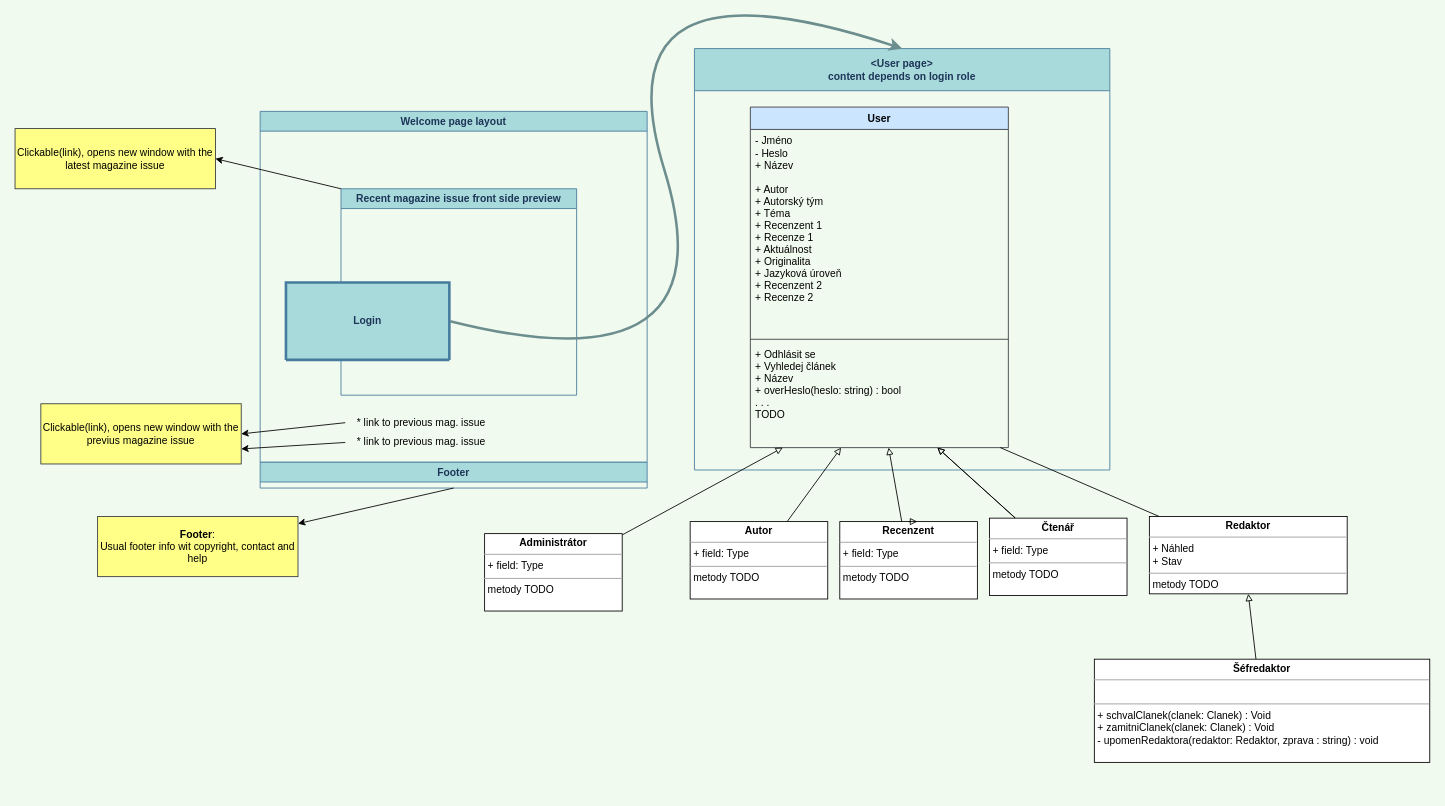
Above: diagrams/UI.drawio in JKalina08/ssg_magazine (draw.io), before the change. Source tidied: cells renumbered, new cells numbered last; positions are measured from the earlier drawing's top-left corner, leaving out a move shared by most shapes. Both pictures are drawn from the tidied source at 86%, with x=0, y=0 at pixel (15, -53).
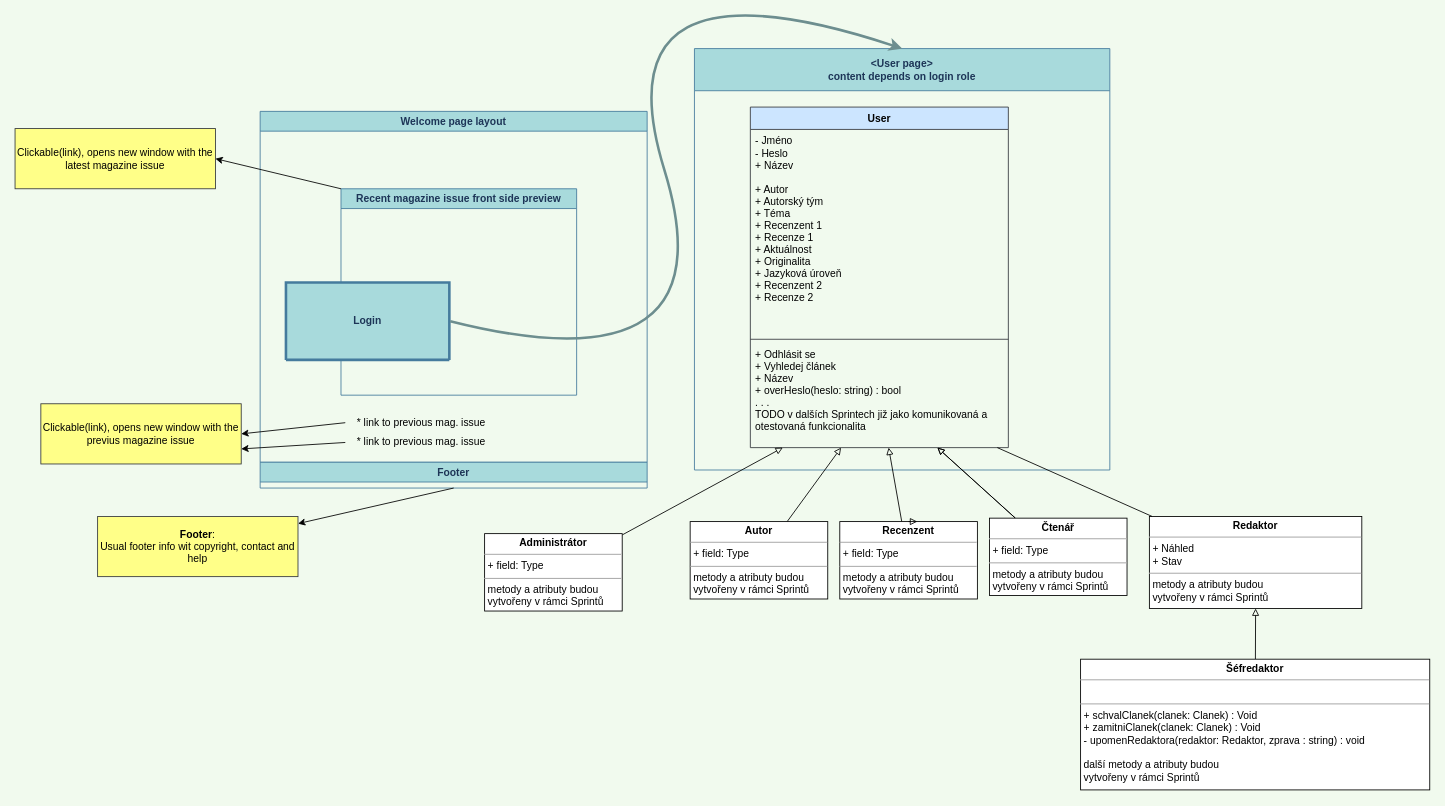
The same diagram, later.

Unchanged cells that the change refers to:
```xml
<mxCell id="16" value="User" style="swimlane;fontStyle=1;align=center;verticalAlign=top;horizontal=1;startSize=26;swimlaneLine=1;fillColor=#cce5ff;strokeColor=#36393d;" parent="15" vertex="1">
  <mxGeometry x="65" y="68" width="300" height="396" as="geometry" />
</mxCell>
```

Change to the diagram source:
```diff
@@
-    <mxCell id="19" value="+ Odhlásit se&#10;+ Vyhledej článek&#10;+ Název &#10;+ overHeslo(heslo: string) : bool&#10;. . .&#10;TODO" style="text;strokeColor=none;fillColor=none;align=left;verticalAlign=top;spacingLeft=4;spacingRight=4;overflow=hidden;points=[[0,0.5],[1,0.5]];portConstraint=eastwest;" parent="16" vertex="1">
+    <mxCell id="19" value="+ Odhlásit se&#10;+ Vyhledej článek&#10;+ Název &#10;+ overHeslo(heslo: string) : bool&#10;. . .&#10;TODO v dalších Sprintech již jako komunikovaná a&#10;otestovaná funkcionalita" style="text;strokeColor=none;fillColor=none;align=left;verticalAlign=top;spacingLeft=4;spacingRight=4;overflow=hidden;points=[[0,0.5],[1,0.5]];portConstraint=eastwest;" parent="16" vertex="1">
       <mxGeometry y="274" width="300" height="122" as="geometry" />
     </mxCell>
@@
-    <mxCell id="22" value="&lt;p style=&quot;margin:0px;margin-top:4px;text-align:center;&quot;&gt;&lt;b&gt;Redaktor&lt;/b&gt;&lt;/p&gt;&lt;hr size=&quot;1&quot;&gt;&lt;p style=&quot;margin:0px;margin-left:4px;&quot;&gt;+ Náhled&lt;/p&gt;&lt;p style=&quot;margin:0px;margin-left:4px;&quot;&gt;+ Stav&lt;br&gt;&lt;/p&gt;&lt;hr size=&quot;1&quot;&gt;&lt;p style=&quot;margin:0px;margin-left:4px;&quot;&gt;metody TODO&lt;/p&gt;" style="verticalAlign=top;align=left;overflow=fill;fontSize=12;fontFamily=Helvetica;html=1;" parent="1" vertex="1">
-      <mxGeometry x="1319" y="662" width="230" height="90" as="geometry" />
+    <mxCell id="22" value="&lt;p style=&quot;margin:0px;margin-top:4px;text-align:center;&quot;&gt;&lt;b&gt;Redaktor&lt;/b&gt;&lt;/p&gt;&lt;hr size=&quot;1&quot;&gt;&lt;p style=&quot;margin:0px;margin-left:4px;&quot;&gt;+ Náhled&lt;/p&gt;&lt;p style=&quot;margin:0px;margin-left:4px;&quot;&gt;+ Stav&lt;br&gt;&lt;/p&gt;&lt;hr size=&quot;1&quot;&gt;&lt;p style=&quot;margin: 0px 0px 0px 4px;&quot;&gt;metody a atributy budou&lt;/p&gt;&lt;p style=&quot;margin: 0px 0px 0px 4px;&quot;&gt;vytvořeny v rámci Sprintů&lt;/p&gt;" style="verticalAlign=top;align=left;overflow=fill;fontSize=12;fontFamily=Helvetica;html=1;" parent="1" vertex="1">
+      <mxGeometry x="1319" y="662" width="247" height="107" as="geometry" />
     </mxCell>
@@
-    <mxCell id="24" value="&lt;p style=&quot;margin:0px;margin-top:4px;text-align:center;&quot;&gt;&lt;b&gt;Šéfredaktor&lt;/b&gt;&lt;/p&gt;&lt;hr size=&quot;1&quot;&gt;&lt;p style=&quot;margin:0px;margin-left:4px;&quot;&gt;&lt;br&gt;&lt;/p&gt;&lt;hr size=&quot;1&quot;&gt;&lt;p style=&quot;margin:0px;margin-left:4px;&quot;&gt;+ schvalClanek(clanek: Clanek) : Void&lt;br&gt;&lt;/p&gt;&lt;p style=&quot;margin:0px;margin-left:4px;&quot;&gt;+ zamitniClanek(clanek: Clanek) : Void&lt;br&gt;&lt;/p&gt;&lt;p style=&quot;margin:0px;margin-left:4px;&quot;&gt;- upomenRedaktora(redaktor: Redaktor, zprava : string) : void&lt;/p&gt;" style="verticalAlign=top;align=left;overflow=fill;fontSize=12;fontFamily=Helvetica;html=1;" parent="1" vertex="1">
-      <mxGeometry x="1255" y="828" width="390" height="120" as="geometry" />
+    <mxCell id="24" value="&lt;p style=&quot;margin:0px;margin-top:4px;text-align:center;&quot;&gt;&lt;b&gt;Šéfredaktor&lt;/b&gt;&lt;/p&gt;&lt;hr size=&quot;1&quot;&gt;&lt;p style=&quot;margin:0px;margin-left:4px;&quot;&gt;&lt;br&gt;&lt;/p&gt;&lt;hr size=&quot;1&quot;&gt;&lt;p style=&quot;margin:0px;margin-left:4px;&quot;&gt;+ schvalClanek(clanek: Clanek) : Void&lt;br&gt;&lt;/p&gt;&lt;p style=&quot;margin:0px;margin-left:4px;&quot;&gt;+ zamitniClanek(clanek: Clanek) : Void&lt;br&gt;&lt;/p&gt;&lt;p style=&quot;margin:0px;margin-left:4px;&quot;&gt;- upomenRedaktora(redaktor: Redaktor, zprava : string) : void&lt;/p&gt;&lt;p style=&quot;margin:0px;margin-left:4px;&quot;&gt;&lt;br&gt;&lt;/p&gt;&lt;p style=&quot;margin:0px;margin-left:4px;&quot;&gt;další&amp;nbsp;&lt;span style=&quot;background-color: initial;&quot;&gt;metody a atributy budou&lt;/span&gt;&lt;/p&gt;&lt;p style=&quot;margin: 0px 0px 0px 4px;&quot;&gt;vytvořeny v rámci Sprintů&lt;/p&gt;" style="verticalAlign=top;align=left;overflow=fill;fontSize=12;fontFamily=Helvetica;html=1;" parent="1" vertex="1">
+      <mxGeometry x="1239" y="828" width="406" height="152" as="geometry" />
     </mxCell>
@@
-    <mxCell id="27" value="&lt;p style=&quot;margin:0px;margin-top:4px;text-align:center;&quot;&gt;&lt;b&gt;Recenzent&lt;/b&gt;&lt;/p&gt;&lt;hr size=&quot;1&quot;&gt;&lt;p style=&quot;margin:0px;margin-left:4px;&quot;&gt;+ field: Type&lt;/p&gt;&lt;hr size=&quot;1&quot;&gt;&lt;p style=&quot;margin:0px;margin-left:4px;&quot;&gt;metody TODO&lt;br&gt;&lt;/p&gt;" style="verticalAlign=top;align=left;overflow=fill;fontSize=12;fontFamily=Helvetica;html=1;" parent="1" vertex="1">
+    <mxCell id="27" value="&lt;p style=&quot;margin:0px;margin-top:4px;text-align:center;&quot;&gt;&lt;b&gt;Recenzent&lt;/b&gt;&lt;/p&gt;&lt;hr size=&quot;1&quot;&gt;&lt;p style=&quot;margin:0px;margin-left:4px;&quot;&gt;+ field: Type&lt;/p&gt;&lt;hr size=&quot;1&quot;&gt;&lt;p style=&quot;margin: 0px 0px 0px 4px;&quot;&gt;metody a atributy budou&lt;/p&gt;&lt;p style=&quot;margin: 0px 0px 0px 4px;&quot;&gt;vytvořeny v rámci Sprintů&lt;/p&gt;" style="verticalAlign=top;align=left;overflow=fill;fontSize=12;fontFamily=Helvetica;html=1;" parent="1" vertex="1">
       <mxGeometry x="959" y="668" width="160" height="90" as="geometry" />
     </mxCell>
@@
-    <mxCell id="29" value="&lt;p style=&quot;margin:0px;margin-top:4px;text-align:center;&quot;&gt;&lt;b&gt;Autor&lt;/b&gt;&lt;/p&gt;&lt;hr size=&quot;1&quot;&gt;&lt;p style=&quot;margin:0px;margin-left:4px;&quot;&gt;+ field: Type&lt;/p&gt;&lt;hr size=&quot;1&quot;&gt;&lt;p style=&quot;margin:0px;margin-left:4px;&quot;&gt;metody TODO&lt;br&gt;&lt;/p&gt;" style="verticalAlign=top;align=left;overflow=fill;fontSize=12;fontFamily=Helvetica;html=1;" parent="1" vertex="1">
+    <mxCell id="29" value="&lt;p style=&quot;margin:0px;margin-top:4px;text-align:center;&quot;&gt;&lt;b&gt;Autor&lt;/b&gt;&lt;/p&gt;&lt;hr size=&quot;1&quot;&gt;&lt;p style=&quot;margin:0px;margin-left:4px;&quot;&gt;+ field: Type&lt;/p&gt;&lt;hr size=&quot;1&quot;&gt;&lt;p style=&quot;margin: 0px 0px 0px 4px;&quot;&gt;metody a atributy budou&lt;/p&gt;&lt;p style=&quot;margin: 0px 0px 0px 4px;&quot;&gt;vytvořeny v rámci Sprintů&lt;/p&gt;" style="verticalAlign=top;align=left;overflow=fill;fontSize=12;fontFamily=Helvetica;html=1;" parent="1" vertex="1">
       <mxGeometry x="785" y="668" width="160" height="90" as="geometry" />
     </mxCell>
@@
-    <mxCell id="31" value="&lt;p style=&quot;margin:0px;margin-top:4px;text-align:center;&quot;&gt;&lt;b&gt;Administrátor&lt;/b&gt;&lt;/p&gt;&lt;hr size=&quot;1&quot;&gt;&lt;p style=&quot;margin:0px;margin-left:4px;&quot;&gt;+ field: Type&lt;/p&gt;&lt;hr size=&quot;1&quot;&gt;&lt;p style=&quot;margin:0px;margin-left:4px;&quot;&gt;metody TODO&lt;br&gt;&lt;/p&gt;" style="verticalAlign=top;align=left;overflow=fill;fontSize=12;fontFamily=Helvetica;html=1;" parent="1" vertex="1">
+    <mxCell id="31" value="&lt;p style=&quot;margin:0px;margin-top:4px;text-align:center;&quot;&gt;&lt;b&gt;Administrátor&lt;/b&gt;&lt;/p&gt;&lt;hr size=&quot;1&quot;&gt;&lt;p style=&quot;margin:0px;margin-left:4px;&quot;&gt;+ field: Type&lt;/p&gt;&lt;hr size=&quot;1&quot;&gt;&lt;p style=&quot;margin:0px;margin-left:4px;&quot;&gt;metody a atributy budou&lt;/p&gt;&lt;p style=&quot;margin:0px;margin-left:4px;&quot;&gt;vytvořeny v rámci Sprintů&lt;br&gt;&lt;/p&gt;&lt;p style=&quot;margin:0px;margin-left:4px;&quot;&gt;&lt;br&gt;&lt;/p&gt;" style="verticalAlign=top;align=left;overflow=fill;fontSize=12;fontFamily=Helvetica;html=1;" parent="1" vertex="1">
       <mxGeometry x="546" y="682" width="160" height="90" as="geometry" />
     </mxCell>
@@
-    <mxCell id="33" value="&lt;p style=&quot;margin:0px;margin-top:4px;text-align:center;&quot;&gt;&lt;b&gt;Čtenář&lt;/b&gt;&lt;/p&gt;&lt;hr size=&quot;1&quot;&gt;&lt;p style=&quot;margin:0px;margin-left:4px;&quot;&gt;+ field: Type&lt;/p&gt;&lt;hr size=&quot;1&quot;&gt;&lt;p style=&quot;margin:0px;margin-left:4px;&quot;&gt;metody TODO&lt;br&gt;&lt;/p&gt;" style="verticalAlign=top;align=left;overflow=fill;fontSize=12;fontFamily=Helvetica;html=1;" parent="1" vertex="1">
+    <mxCell id="33" value="&lt;p style=&quot;margin:0px;margin-top:4px;text-align:center;&quot;&gt;&lt;b&gt;Čtenář&lt;/b&gt;&lt;/p&gt;&lt;hr size=&quot;1&quot;&gt;&lt;p style=&quot;margin:0px;margin-left:4px;&quot;&gt;+ field: Type&lt;/p&gt;&lt;hr size=&quot;1&quot;&gt;&lt;p style=&quot;margin: 0px 0px 0px 4px;&quot;&gt;metody a atributy budou&lt;/p&gt;&lt;p style=&quot;margin: 0px 0px 0px 4px;&quot;&gt;vytvořeny v rámci Sprintů&lt;/p&gt;" style="verticalAlign=top;align=left;overflow=fill;fontSize=12;fontFamily=Helvetica;html=1;" parent="1" vertex="1">
       <mxGeometry x="1133" y="664" width="160" height="90" as="geometry" />
     </mxCell>
```
